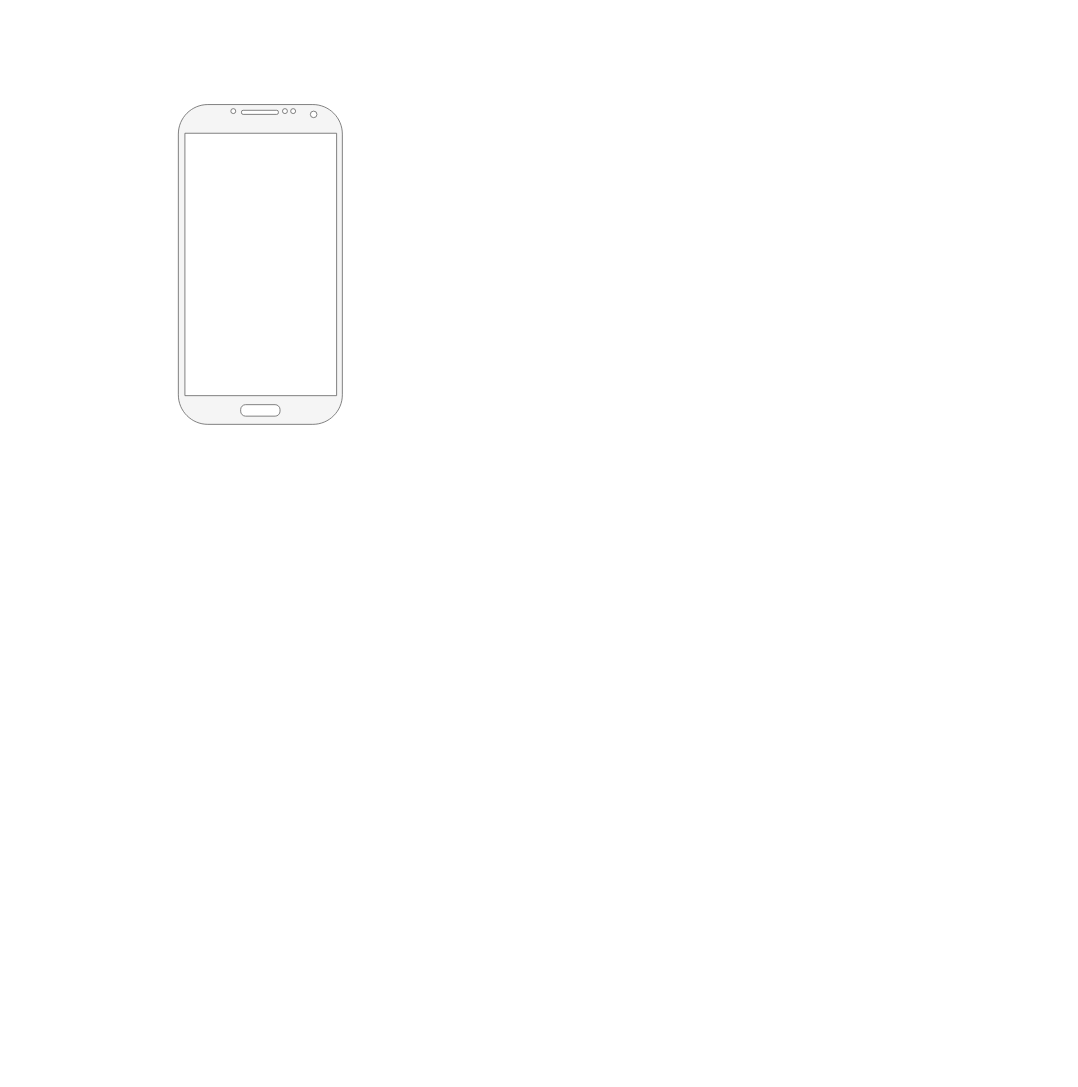
Before: page "Login Page" (3 of 3) of D-Care.drawio in sianida26/diagram, a draw.io diagram. Source tidied: cells renumbered, new cells numbered last; positions are measured from the earlier drawing's top-left corner, leaving out a move shared by most shapes. Both pictures are drawn from the tidied source at 82%, with x=0, y=0 at pixel (178, 104).
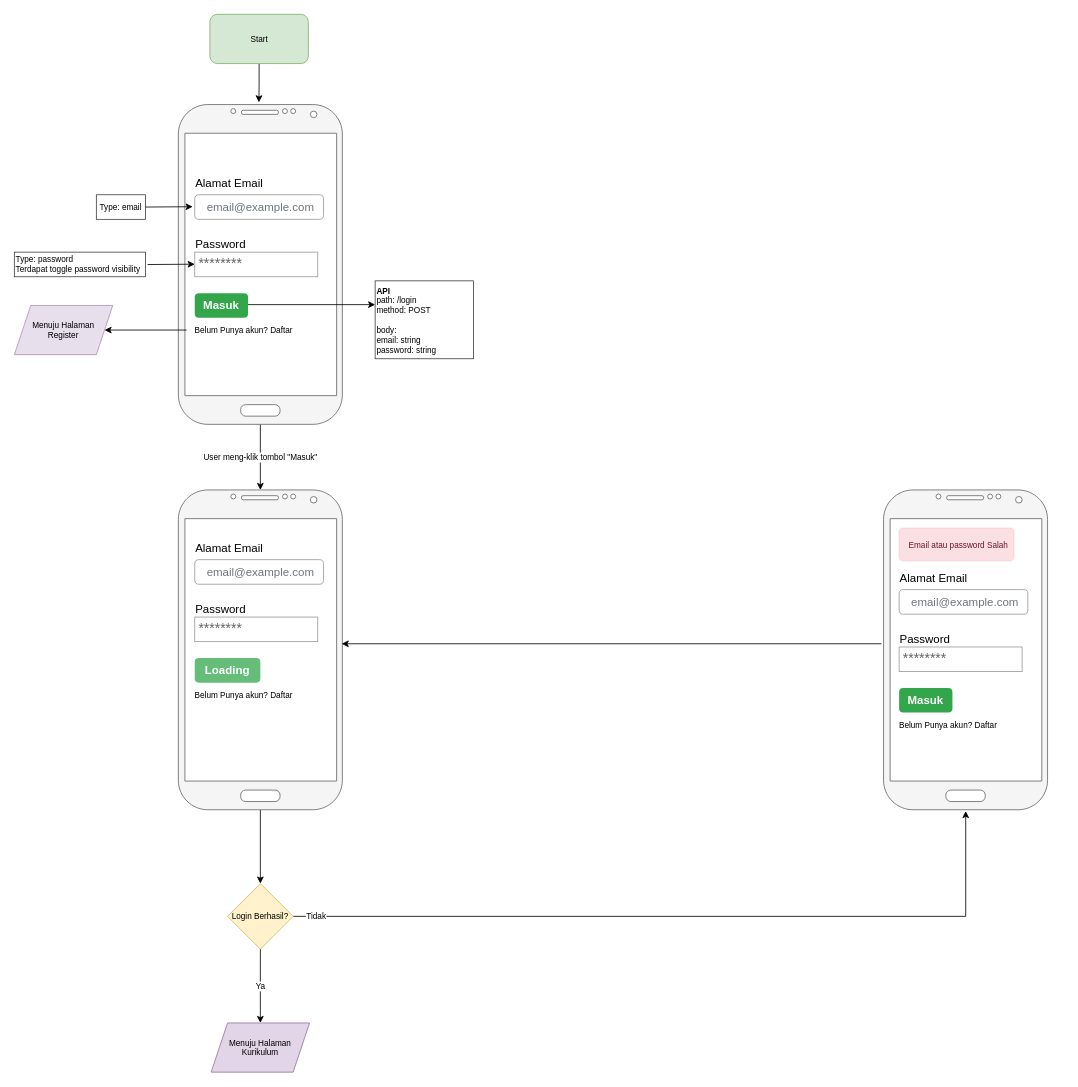
Above is the later version.

Commit message (it also covers changes not shown here):
Added Login Diagram

Unchanged cells that the change refers to:
```xml
<mxCell id="2" style="verticalLabelPosition=bottom;verticalAlign=top;html=1;shadow=0;dashed=0;strokeWidth=1;shape=mxgraph.android.phone2;strokeColor=#666666;fontSize=10;fontColor=#333333;fillColor=#f5f5f5;" parent="1" vertex="1">
  <mxGeometry width="200" height="390" as="geometry" />
</mxCell>
```

Diff of the diagram source:
```diff
@@
+    <mxCell id="3" value="User meng-klik tombol &quot;Masuk&quot;" style="edgeStyle=orthogonalEdgeStyle;rounded=0;jettySize=auto;html=1;fontSize=10;fontColor=#000000;" parent="1" edge="1" source="2" target="14">
+      <mxGeometry relative="1" as="geometry" />
+    </mxCell>
@@
+    <mxCell id="4" value="email@example.com" style="html=1;shadow=0;dashed=0;shape=mxgraph.bootstrap.rrect;rSize=5;fillColor=none;strokeColor=#999999;align=left;spacing=15;fontSize=14;fontColor=#6C767D;strokeWidth=1;" parent="1" vertex="1">
+      <mxGeometry x="20" y="110" width="157" height="30" as="geometry" />
+    </mxCell>
+    <mxCell id="5" value="Alamat Email" style="fillColor=none;strokeColor=none;align=left;spacing=20;fontSize=14;strokeWidth=1;fontColor=#000000;" parent="1" vertex="1">
+      <mxGeometry x="1" y="75" width="220" height="40" as="geometry" />
+    </mxCell>
+    <mxCell id="6" style="edgeStyle=orthogonalEdgeStyle;rounded=0;jettySize=auto;html=1;exitX=0.5;exitY=1;exitDx=0;exitDy=0;entryX=0.491;entryY=-0.007;entryDx=0;entryDy=0;entryPerimeter=0;fontSize=10;fontColor=#000000;" parent="1" edge="1" source="7" target="2">
+      <mxGeometry relative="1" as="geometry" />
+    </mxCell>
+    <mxCell id="7" value="Start" style="rounded=1;whiteSpace=wrap;html=1;strokeColor=#82b366;strokeWidth=1;fontSize=10;fillColor=#d5e8d4;" parent="1" vertex="1">
+      <mxGeometry x="38.5" y="-110" width="120" height="60" as="geometry" />
+    </mxCell>
+    <mxCell id="8" value="Password" style="fillColor=none;strokeColor=none;align=left;spacing=20;fontSize=14;strokeWidth=1;fontColor=#000000;" parent="1" vertex="1">
+      <mxGeometry x="1" y="150" width="220" height="40" as="geometry" />
+    </mxCell>
+    <mxCell id="9" value="********" style="strokeWidth=1;shadow=0;dashed=0;align=center;html=1;shape=mxgraph.mockup.forms.pwField;strokeColor=#999999;mainText=;align=left;fontColor=#666666;fontSize=17;spacingLeft=3;" parent="1" vertex="1">
+      <mxGeometry x="20" y="180" width="150" height="30" as="geometry" />
+    </mxCell>
+    <mxCell id="10" value="Masuk" style="html=1;shadow=0;dashed=0;shape=mxgraph.bootstrap.rrect;rSize=5;strokeColor=none;strokeWidth=1;fillColor=#33A64C;fontColor=#FFFFFF;whiteSpace=wrap;align=center;verticalAlign=middle;spacingLeft=0;fontStyle=1;fontSize=14;spacing=5;" parent="1" vertex="1">
+      <mxGeometry x="20" y="230" width="65" height="30" as="geometry" />
+    </mxCell>
+    <mxCell id="11" style="edgeStyle=orthogonalEdgeStyle;rounded=0;jettySize=auto;html=1;fontSize=10;fontColor=#000000;" parent="1" edge="1" source="12" target="34">
+      <mxGeometry relative="1" as="geometry" />
+    </mxCell>
+    <mxCell id="12" value="Belum Punya akun? Daftar" style="text;html=1;strokeColor=none;fillColor=none;align=center;verticalAlign=middle;whiteSpace=wrap;rounded=0;strokeWidth=1;fontSize=10;fontColor=#000000;" parent="1" vertex="1">
+      <mxGeometry x="10" y="260" width="140" height="30" as="geometry" />
+    </mxCell>
+    <mxCell id="13" style="edgeStyle=orthogonalEdgeStyle;rounded=0;jettySize=auto;html=1;fontSize=10;fontColor=#000000;" parent="1" edge="1" source="14" target="23">
+      <mxGeometry relative="1" as="geometry" />
+    </mxCell>
+    <mxCell id="14" style="verticalLabelPosition=bottom;verticalAlign=top;html=1;shadow=0;dashed=0;strokeWidth=1;shape=mxgraph.android.phone2;strokeColor=#666666;fontSize=10;fontColor=#333333;fillColor=#f5f5f5;" parent="1" vertex="1">
+      <mxGeometry y="470" width="200" height="390" as="geometry" />
+    </mxCell>
+    <mxCell id="15" value="email@example.com" style="html=1;shadow=0;dashed=0;shape=mxgraph.bootstrap.rrect;rSize=5;fillColor=none;strokeColor=#999999;align=left;spacing=15;fontSize=14;fontColor=#6C767D;strokeWidth=1;" parent="1" vertex="1">
+      <mxGeometry x="20" y="555" width="157" height="30" as="geometry" />
+    </mxCell>
+    <mxCell id="16" value="Alamat Email" style="fillColor=none;strokeColor=none;align=left;spacing=20;fontSize=14;strokeWidth=1;fontColor=#000000;" parent="1" vertex="1">
+      <mxGeometry x="1" y="520" width="220" height="40" as="geometry" />
+    </mxCell>
+    <mxCell id="17" value="Password" style="fillColor=none;strokeColor=none;align=left;spacing=20;fontSize=14;strokeWidth=1;fontColor=#000000;" parent="1" vertex="1">
+      <mxGeometry x="1" y="595" width="220" height="40" as="geometry" />
+    </mxCell>
+    <mxCell id="18" value="********" style="strokeWidth=1;shadow=0;dashed=0;align=center;html=1;shape=mxgraph.mockup.forms.pwField;strokeColor=#999999;mainText=;align=left;fontColor=#666666;fontSize=17;spacingLeft=3;" parent="1" vertex="1">
+      <mxGeometry x="20" y="625" width="150" height="30" as="geometry" />
+    </mxCell>
+    <mxCell id="19" value="Loading" style="html=1;shadow=0;dashed=0;shape=mxgraph.bootstrap.rrect;rSize=5;strokeColor=none;strokeWidth=1;fillColor=#33A64C;fontColor=#FFFFFF;whiteSpace=wrap;align=center;verticalAlign=middle;spacingLeft=0;fontStyle=1;fontSize=14;spacing=5;opacity=75;" parent="1" vertex="1">
+      <mxGeometry x="20" y="675" width="80" height="30" as="geometry" />
+    </mxCell>
+    <mxCell id="20" value="Belum Punya akun? Daftar" style="text;html=1;strokeColor=none;fillColor=none;align=center;verticalAlign=middle;whiteSpace=wrap;rounded=0;strokeWidth=1;fontSize=10;fontColor=#000000;" parent="1" vertex="1">
+      <mxGeometry x="10" y="705" width="140" height="30" as="geometry" />
+    </mxCell>
+    <mxCell id="21" value="Ya" style="edgeStyle=orthogonalEdgeStyle;rounded=0;jettySize=auto;html=1;fontSize=10;fontColor=#000000;" parent="1" edge="1" source="23" target="24">
+      <mxGeometry relative="1" as="geometry" />
+    </mxCell>
+    <mxCell id="22" value="Tidak" style="edgeStyle=orthogonalEdgeStyle;rounded=0;jettySize=auto;html=1;exitX=1;exitY=0.5;exitDx=0;exitDy=0;fontSize=10;fontColor=#000000;entryX=0.501;entryY=1.004;entryDx=0;entryDy=0;entryPerimeter=0;" parent="1" edge="1" source="23" target="25">
+      <mxGeometry x="-0.94" relative="1" as="geometry" />
+    </mxCell>
+    <mxCell id="23" value="Login Berhasil?" style="rhombus;whiteSpace=wrap;html=1;fontSize=10;verticalAlign=middle;fillColor=#fff2cc;strokeColor=#d6b656;shadow=0;dashed=0;strokeWidth=1;" parent="1" vertex="1">
+      <mxGeometry x="60" y="950" width="80" height="80" as="geometry" />
+    </mxCell>
+    <mxCell id="24" value="Menuju Halaman Kurikulum" style="shape=parallelogram;perimeter=parallelogramPerimeter;whiteSpace=wrap;html=1;fixedSize=1;fontSize=10;fillColor=#e1d5e7;strokeColor=#9673a6;shadow=0;dashed=0;strokeWidth=1;" parent="1" vertex="1">
+      <mxGeometry x="40" y="1120" width="120" height="60" as="geometry" />
+    </mxCell>
+    <mxCell id="25" style="verticalLabelPosition=bottom;verticalAlign=top;html=1;shadow=0;dashed=0;strokeWidth=1;shape=mxgraph.android.phone2;strokeColor=#666666;fontSize=10;fontColor=#333333;fillColor=#f5f5f5;" parent="1" vertex="1">
+      <mxGeometry x="860" y="470" width="200" height="390" as="geometry" />
+    </mxCell>
+    <mxCell id="26" value="email@example.com" style="html=1;shadow=0;dashed=0;shape=mxgraph.bootstrap.rrect;rSize=5;fillColor=none;strokeColor=#999999;align=left;spacing=15;fontSize=14;fontColor=#6C767D;strokeWidth=1;" parent="1" vertex="1">
+      <mxGeometry x="879" y="591.5" width="157" height="30" as="geometry" />
+    </mxCell>
+    <mxCell id="27" value="Alamat Email" style="fillColor=none;strokeColor=none;align=left;spacing=20;fontSize=14;strokeWidth=1;fontColor=#000000;" parent="1" vertex="1">
+      <mxGeometry x="860" y="556.5" width="220" height="40" as="geometry" />
+    </mxCell>
+    <mxCell id="28" value="Password" style="fillColor=none;strokeColor=none;align=left;spacing=20;fontSize=14;strokeWidth=1;fontColor=#000000;" parent="1" vertex="1">
+      <mxGeometry x="860" y="631.5" width="220" height="40" as="geometry" />
+    </mxCell>
+    <mxCell id="29" value="********" style="strokeWidth=1;shadow=0;dashed=0;align=center;html=1;shape=mxgraph.mockup.forms.pwField;strokeColor=#999999;mainText=;align=left;fontColor=#666666;fontSize=17;spacingLeft=3;" parent="1" vertex="1">
+      <mxGeometry x="879" y="661.5" width="150" height="30" as="geometry" />
+    </mxCell>
+    <mxCell id="30" value="Masuk" style="html=1;shadow=0;dashed=0;shape=mxgraph.bootstrap.rrect;rSize=5;strokeColor=none;strokeWidth=1;fillColor=#33A64C;fontColor=#FFFFFF;whiteSpace=wrap;align=center;verticalAlign=middle;spacingLeft=0;fontStyle=1;fontSize=14;spacing=5;" parent="1" vertex="1">
+      <mxGeometry x="879" y="711.5" width="65" height="30" as="geometry" />
+    </mxCell>
+    <mxCell id="31" value="Belum Punya akun? Daftar" style="text;html=1;strokeColor=none;fillColor=none;align=center;verticalAlign=middle;whiteSpace=wrap;rounded=0;strokeWidth=1;fontSize=10;fontColor=#000000;" parent="1" vertex="1">
+      <mxGeometry x="869" y="741.5" width="140" height="30" as="geometry" />
+    </mxCell>
+    <mxCell id="32" value="Email atau password Salah" style="html=1;shadow=0;dashed=0;shape=mxgraph.bootstrap.rrect;rSize=5;strokeColor=#F4C5CB;strokeWidth=1;fillColor=#F8D6DA;fontColor=#711623;whiteSpace=wrap;align=left;verticalAlign=middle;spacingLeft=10;fontSize=10;opacity=75;" parent="1" vertex="1">
+      <mxGeometry x="879" y="516.5" width="140" height="40" as="geometry" />
+    </mxCell>
+    <mxCell id="33" style="endArrow=classic;html=1;rounded=0;fontSize=10;fontColor=#000000;exitX=-0.013;exitY=0.481;exitDx=0;exitDy=0;exitPerimeter=0;entryX=0.996;entryY=0.481;entryDx=0;entryDy=0;entryPerimeter=0;" parent="1" edge="1" source="25" target="14">
+      <mxGeometry relative="1" as="geometry" />
+    </mxCell>
+    <mxCell id="34" value="Menuju Halaman&lt;br&gt;Register" style="shape=parallelogram;perimeter=parallelogramPerimeter;whiteSpace=wrap;html=1;fixedSize=1;strokeColor=#9673a6;strokeWidth=1;fontSize=10;opacity=75;fillColor=#e1d5e7;" parent="1" vertex="1">
+      <mxGeometry x="-200" y="245" width="120" height="60" as="geometry" />
+    </mxCell>
+    <mxCell id="35" style="endArrow=classic;html=1;rounded=0;fontSize=10;fontColor=#000000;exitX=1;exitY=0.467;exitDx=0;exitDy=0;exitPerimeter=0;" parent="1" edge="1" source="10">
+      <mxGeometry relative="1" as="geometry">
+        <mxPoint x="240" y="244" as="targetPoint" />
+      </mxGeometry>
+    </mxCell>
+    <mxCell id="36" value="&lt;b&gt;API&lt;/b&gt;&lt;br&gt;path: /login&lt;br&gt;method: POST&lt;br&gt;&lt;br&gt;body:&lt;br&gt;email: string&lt;br&gt;password: string" style="rounded=0;whiteSpace=wrap;html=1;strokeColor=default;strokeWidth=1;fontSize=10;fontColor=#000000;opacity=75;align=left;verticalAlign=top;" parent="1" vertex="1">
+      <mxGeometry x="240" y="215" width="120" height="95" as="geometry" />
+    </mxCell>
+    <mxCell id="37" style="endArrow=classic;html=1;rounded=0;fontSize=10;fontColor=#000000;entryX=-0.016;entryY=0.486;entryDx=0;entryDy=0;entryPerimeter=0;" parent="1" edge="1" target="4">
+      <mxGeometry relative="1" as="geometry">
+        <mxPoint x="-40" y="125" as="sourcePoint" />
+      </mxGeometry>
+    </mxCell>
+    <mxCell id="38" value="Type: email" style="text;html=1;strokeColor=default;fillColor=none;align=center;verticalAlign=middle;whiteSpace=wrap;rounded=0;strokeWidth=1;fontSize=10;fontColor=#000000;opacity=75;" parent="1" vertex="1">
+      <mxGeometry x="-100" y="110" width="60" height="30" as="geometry" />
+    </mxCell>
+    <mxCell id="39" style="endArrow=classic;html=1;rounded=0;fontSize=10;fontColor=#000000;entryX=-0.016;entryY=0.486;entryDx=0;entryDy=0;entryPerimeter=0;" parent="1" edge="1">
+      <mxGeometry relative="1" as="geometry">
+        <mxPoint x="-37.5" y="195.1" as="sourcePoint" />
+        <mxPoint x="20" y="194.7" as="targetPoint" />
+      </mxGeometry>
+    </mxCell>
+    <mxCell id="40" value="Type: password&lt;br&gt;&lt;div style=&quot;&quot;&gt;&lt;span style=&quot;background-color: initial;&quot;&gt;Terdapat toggle password visibility&lt;/span&gt;&lt;/div&gt;" style="text;html=1;strokeColor=default;fillColor=none;align=left;verticalAlign=middle;whiteSpace=wrap;rounded=0;strokeWidth=1;fontSize=10;fontColor=#000000;opacity=75;" parent="1" vertex="1">
+      <mxGeometry x="-200" y="180" width="160" height="30" as="geometry" />
+    </mxCell>
```
